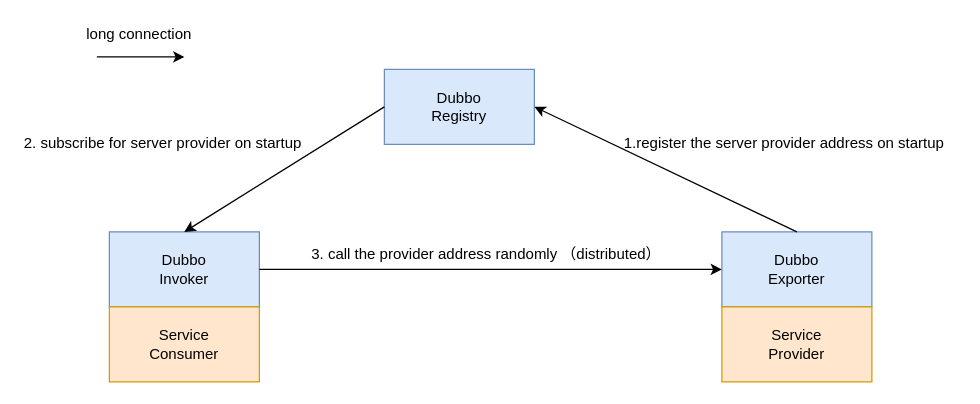
dengjunwen/UML keeps this draw.io diagram as dubboAndZk.drawio. Above is the earlier version. Source tidied: cells renumbered, new cells numbered last; positions are measured from the earlier drawing's top-left corner, leaving out a move shared by most shapes. Both pictures are drawn from the tidied source at 125%, with x=0, y=0 at pixel (21, 21).
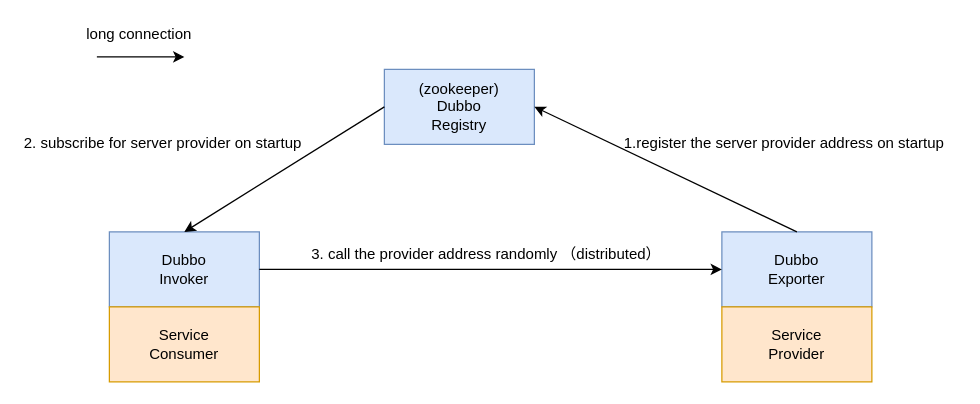
Above is the later version.

Diff of the diagram source:
```diff
@@
 <mxGraphModel>
   <root>
     <mxCell id="0" />
     <mxCell id="1" parent="0" />
-    <mxCell id="2" value="Dubbo&lt;br&gt;Registry" style="rounded=0;whiteSpace=wrap;html=1;fillColor=#dae8fc;strokeColor=#6c8ebf;" parent="1" vertex="1">
+    <mxCell id="2" value="(zookeeper)&lt;br&gt;Dubbo&lt;br&gt;Registry" style="rounded=0;whiteSpace=wrap;html=1;fillColor=#dae8fc;strokeColor=#6c8ebf;" parent="1" vertex="1">
       <mxGeometry x="290" y="38" width="120" height="60" as="geometry" />
     </mxCell>
     <mxCell id="3" value="Dubbo&lt;br&gt;Exporter" style="rounded=0;whiteSpace=wrap;html=1;fillColor=#dae8fc;strokeColor=#6c8ebf;" parent="1" vertex="1">
       <mxGeometry x="560" y="168" width="120" height="60" as="geometry" />
     </mxCell>
     <mxCell id="4" value="Service&lt;br&gt;Provider" style="rounded=0;whiteSpace=wrap;html=1;fillColor=#ffe6cc;strokeColor=#d79b00;" parent="1" vertex="1">
       <mxGeometry x="560" y="228" width="120" height="60" as="geometry" />
     </mxCell>
     <mxCell id="5" value="Dubbo&lt;br&gt;Invoker" style="rounded=0;whiteSpace=wrap;html=1;fillColor=#dae8fc;strokeColor=#6c8ebf;" parent="1" vertex="1">
       <mxGeometry x="70" y="168" width="120" height="60" as="geometry" />
     </mxCell>
     <mxCell id="6" value="Service&lt;br&gt;Consumer" style="rounded=0;whiteSpace=wrap;html=1;fillColor=#ffe6cc;strokeColor=#d79b00;" parent="1" vertex="1">
       <mxGeometry x="70" y="228" width="120" height="60" as="geometry" />
     </mxCell>
     <mxCell id="7" style="endArrow=classic;html=1;exitX=1;exitY=0.5;exitDx=0;exitDy=0;" parent="1" edge="1" source="5" target="3">
       <mxGeometry relative="1" as="geometry" />
     </mxCell>
     <mxCell id="8" style="endArrow=classic;html=1;entryX=1;entryY=0.5;entryDx=0;entryDy=0;exitX=0.5;exitY=0;exitDx=0;exitDy=0;" parent="1" edge="1" source="3" target="2">
       <mxGeometry relative="1" as="geometry" />
     </mxCell>
     <mxCell id="9" value="1.register the server provider address on startup" style="text;html=1;align=left;verticalAlign=top;spacingTop=-4;" parent="1" vertex="1">
       <mxGeometry x="480" y="87" width="270" height="20" as="geometry" />
     </mxCell>
     <mxCell id="10" style="endArrow=classic;html=1;exitX=0;exitY=0.5;exitDx=0;exitDy=0;entryX=0.5;entryY=0;entryDx=0;entryDy=0;" parent="1" edge="1" source="2" target="5">
       <mxGeometry relative="1" as="geometry" />
     </mxCell>
     <mxCell id="11" value="2. subscribe for server provider on startup" style="text;html=1;align=left;verticalAlign=top;spacingTop=-4;" parent="1" vertex="1">
       <mxGeometry y="87" width="240" height="20" as="geometry" />
     </mxCell>
     <mxCell id="12" value="3.&amp;nbsp;call the provider address randomly （distributed）" style="text;html=1;align=left;verticalAlign=top;spacingTop=-4;" parent="1" vertex="1">
       <mxGeometry x="230" y="176" width="290" height="20" as="geometry" />
     </mxCell>
     <mxCell id="13" style="endArrow=classic;html=1;" parent="1" edge="1">
       <mxGeometry relative="1" as="geometry">
         <mxPoint x="60" y="28" as="sourcePoint" />
         <mxPoint x="130" y="28" as="targetPoint" />
       </mxGeometry>
     </mxCell>
     <mxCell id="14" value="long connection" style="text;html=1;align=left;verticalAlign=top;spacingTop=-4;" parent="1" vertex="1">
       <mxGeometry x="50" width="100" height="20" as="geometry" />
     </mxCell>
   </root>
 </mxGraphModel>
```
